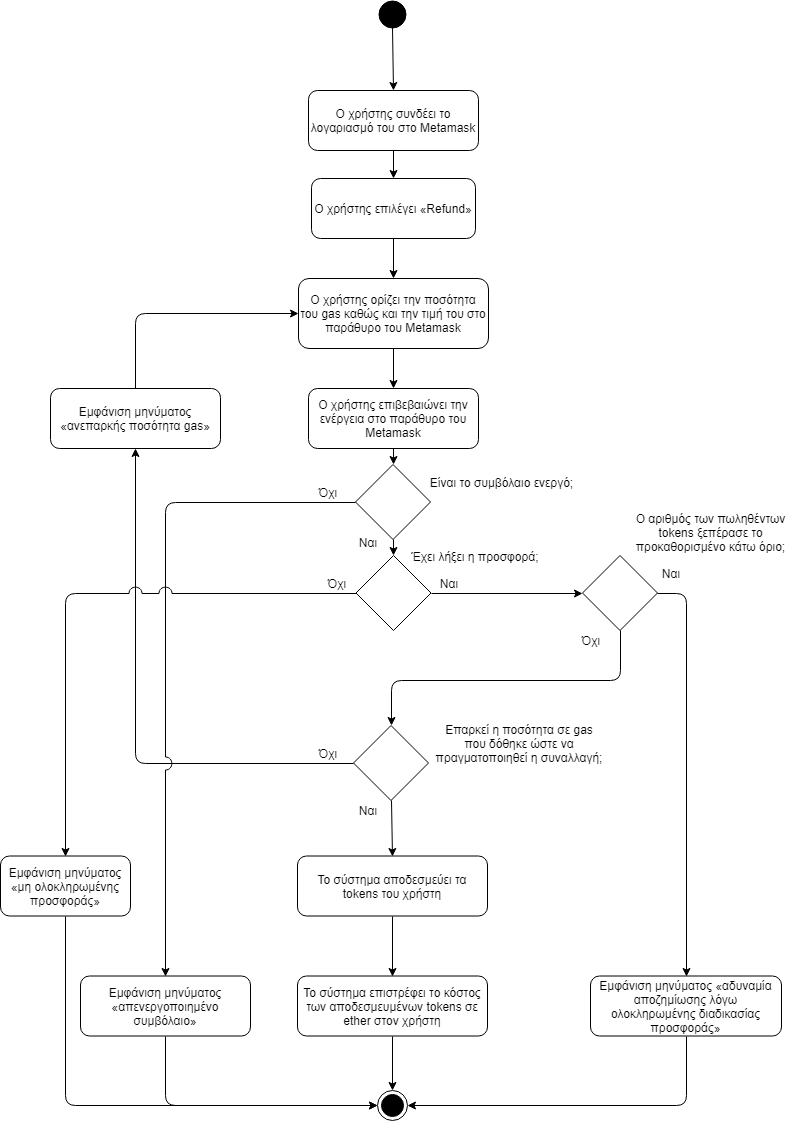
Earlier version of the draw.io export diagrams/RefundTokens/RefundTokens.png (gkamtzir/Ethereum-ICO-Diploma-Thesis). Source tidied: cells renumbered, new cells last; positions are measured from the earlier drawing's top-left corner, leaving out a move shared by most shapes.
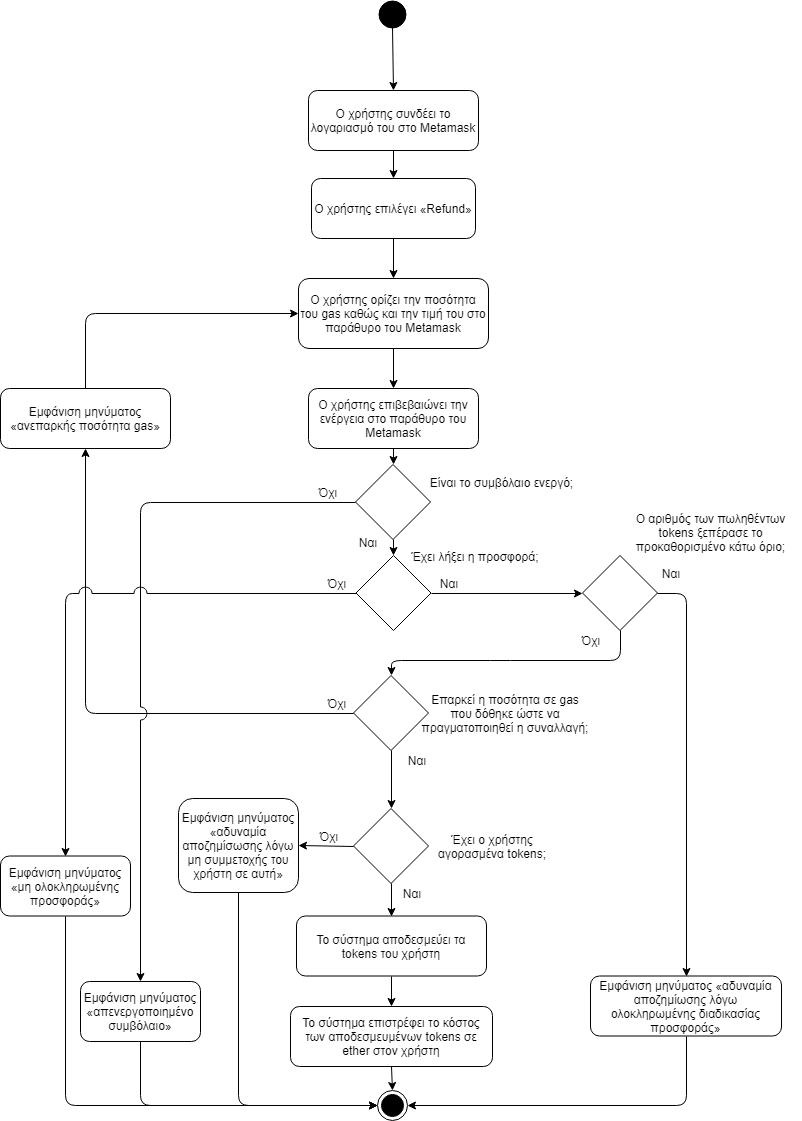
Later version of the same file.

Commit message:
Added missing decision to RefundTokens flowchart.

Diff of the diagram source:
```diff
@@ -24,25 +24,25 @@
       <mxGeometry x="428" y="572.5" width="40" height="20" as="geometry" />
     </mxCell>
     <mxCell id="9" value="Το σύστημα επιστρέφει το κόστος των αποδεσμευμένων tokens σε ether στον χρήστη" style="rounded=1;whiteSpace=wrap;html=1;fillColor=#ffffff;gradientColor=none;" parent="1" vertex="1">
-      <mxGeometry x="297" y="975.5" width="190" height="60" as="geometry" />
+      <mxGeometry x="290" y="1006" width="202" height="60" as="geometry" />
     </mxCell>
     <mxCell id="10" style="rhombus;whiteSpace=wrap;html=1;" parent="1" vertex="1">
-      <mxGeometry x="353" y="725" width="75" height="75" as="geometry" />
+      <mxGeometry x="353" y="675" width="75" height="75" as="geometry" />
     </mxCell>
     <mxCell id="11" value="Όχι" style="text;html=1;strokeColor=none;fillColor=none;align=center;verticalAlign=middle;whiteSpace=wrap;rounded=0;" parent="1" vertex="1">
-      <mxGeometry x="307" y="742.5" width="40" height="20" as="geometry" />
+      <mxGeometry x="315.5" y="692.5" width="40" height="20" as="geometry" />
     </mxCell>
     <mxCell id="12" value="Ο χρήστης συνδέει το λογαριασμό του στο Metamask" style="rounded=1;whiteSpace=wrap;html=1;fillColor=#ffffff;gradientColor=none;" parent="1" vertex="1">
       <mxGeometry x="308" y="90" width="170" height="60" as="geometry" />
     </mxCell>
     <mxCell id="13" value="Ναι" style="text;html=1;strokeColor=none;fillColor=none;align=center;verticalAlign=middle;whiteSpace=wrap;rounded=0;" parent="1" vertex="1">
-      <mxGeometry x="347" y="800" width="40" height="20" as="geometry" />
+      <mxGeometry x="396" y="750" width="40" height="20" as="geometry" />
     </mxCell>
     <mxCell id="14" value="Εμφάνιση μηνύματος «ανεπαρκής ποσότητα gas»" style="rounded=1;whiteSpace=wrap;html=1;" parent="1" vertex="1">
-      <mxGeometry x="50" y="388" width="170" height="60" as="geometry" />
+      <mxGeometry y="388" width="170" height="60" as="geometry" />
     </mxCell>
     <mxCell id="15" value="Επαρκεί η ποσότητα σε gas που δόθηκε ώστε να πραγματοποιηθεί η συναλλαγή;" style="text;html=1;strokeColor=none;fillColor=none;align=center;verticalAlign=middle;whiteSpace=wrap;rounded=0;" parent="1" vertex="1">
-      <mxGeometry x="434" y="712.5" width="170" height="60" as="geometry" />
+      <mxGeometry x="420" y="682.5" width="170" height="60" as="geometry" />
     </mxCell>
     <mxCell id="16" style="endArrow=classic;html=1;exitX=0.5;exitY=1;exitDx=0;exitDy=0;entryX=0.5;entryY=0;entryDx=0;entryDy=0;" parent="1" edge="1" source="2" target="12">
       <mxGeometry relative="1" as="geometry" />
@@ -56,7 +56,7 @@
     <mxCell id="19" style="endArrow=classic;html=1;exitX=0.5;exitY=1;exitDx=0;exitDy=0;entryX=0.5;entryY=0;entryDx=0;entryDy=0;" parent="1" edge="1" source="4" target="5">
       <mxGeometry relative="1" as="geometry" />
     </mxCell>
-    <mxCell id="20" style="endArrow=classic;html=1;exitX=0.5;exitY=1;exitDx=0;exitDy=0;entryX=0.5;entryY=0;entryDx=0;entryDy=0;" parent="1" edge="1" source="10" target="24">
+    <mxCell id="20" style="endArrow=classic;html=1;exitX=0.5;exitY=1;exitDx=0;exitDy=0;entryX=0.5;entryY=0;entryDx=0;entryDy=0;" parent="1" edge="1" source="10" target="49">
       <mxGeometry relative="1" as="geometry" />
     </mxCell>
     <mxCell id="21" style="endArrow=classic;html=1;exitX=0.5;exitY=1;exitDx=0;exitDy=0;entryX=0.5;entryY=0;entryDx=0;entryDy=0;" parent="1" edge="1" source="9" target="33">
@@ -65,19 +65,19 @@
     <mxCell id="22" style="endArrow=classic;html=1;exitX=0;exitY=0.5;exitDx=0;exitDy=0;entryX=0.5;entryY=1;entryDx=0;entryDy=0;" parent="1" edge="1" source="10" target="14">
       <mxGeometry relative="1" as="geometry">
         <Array as="points">
-          <mxPoint x="135" y="763" />
+          <mxPoint x="85" y="713" />
         </Array>
       </mxGeometry>
     </mxCell>
     <mxCell id="23" style="endArrow=classic;html=1;exitX=0.5;exitY=0;exitDx=0;exitDy=0;entryX=0;entryY=0.5;entryDx=0;entryDy=0;" parent="1" edge="1" source="14" target="4">
       <mxGeometry relative="1" as="geometry">
         <Array as="points">
-          <mxPoint x="135" y="313" />
+          <mxPoint x="85" y="313" />
         </Array>
       </mxGeometry>
     </mxCell>
     <mxCell id="24" value="Το σύστημα αποδεσμεύει τα tokens του χρήστη" style="rounded=1;whiteSpace=wrap;html=1;fillColor=#ffffff;gradientColor=none;" parent="1" vertex="1">
-      <mxGeometry x="297" y="855.5" width="190" height="60" as="geometry" />
+      <mxGeometry x="296" y="915.5" width="190" height="60" as="geometry" />
     </mxCell>
     <mxCell id="25" style="endArrow=classic;html=1;exitX=0.5;exitY=1;exitDx=0;exitDy=0;entryX=0.5;entryY=0;entryDx=0;entryDy=0;" parent="1" edge="1" source="24" target="9">
       <mxGeometry relative="1" as="geometry" />
@@ -103,8 +103,9 @@
     <mxCell id="32" style="endArrow=classic;html=1;exitX=0.5;exitY=1;exitDx=0;exitDy=0;entryX=0.5;entryY=0;entryDx=0;entryDy=0;" parent="1" edge="1" source="27" target="10">
       <mxGeometry relative="1" as="geometry">
         <Array as="points">
-          <mxPoint x="620" y="680" />
-          <mxPoint x="391" y="680" />
+          <mxPoint x="620" y="660" />
+          <mxPoint x="500" y="660" />
+          <mxPoint x="391" y="660" />
         </Array>
       </mxGeometry>
     </mxCell>
@@ -127,19 +128,19 @@
       <mxGeometry x="307" y="481.5" width="40" height="20" as="geometry" />
     </mxCell>
     <mxCell id="39" value="Εμφάνιση μηνύματος «απενεργοποιημένο συμβόλαιο»" style="rounded=1;whiteSpace=wrap;html=1;" parent="1" vertex="1">
-      <mxGeometry x="80" y="975.5" width="170" height="60" as="geometry" />
+      <mxGeometry x="80" y="981" width="120" height="60" as="geometry" />
     </mxCell>
     <mxCell id="40" style="endArrow=classic;html=1;exitX=0;exitY=0.5;exitDx=0;exitDy=0;entryX=0.5;entryY=0;entryDx=0;entryDy=0;jumpStyle=arc;jumpSize=13;" parent="1" edge="1" source="34" target="39">
       <mxGeometry relative="1" as="geometry">
         <Array as="points">
-          <mxPoint x="165" y="502" />
+          <mxPoint x="140" y="502" />
         </Array>
       </mxGeometry>
     </mxCell>
     <mxCell id="41" style="endArrow=classic;html=1;exitX=0.5;exitY=1;exitDx=0;exitDy=0;entryX=0;entryY=0.5;entryDx=0;entryDy=0;" parent="1" edge="1" source="39" target="33">
       <mxGeometry relative="1" as="geometry">
         <Array as="points">
-          <mxPoint x="165" y="1105" />
+          <mxPoint x="140" y="1105" />
         </Array>
       </mxGeometry>
     </mxCell>
@@ -173,12 +174,40 @@
         </Array>
       </mxGeometry>
     </mxCell>
-    <mxCell id="48" style="endArrow=classic;html=1;exitX=0.5;exitY=1;exitDx=0;exitDy=0;entryX=0;entryY=0.5;entryDx=0;entryDy=0;" parent="1" edge="1" source="46" target="33">
+    <mxCell id="48" style="endArrow=classic;html=1;exitX=0.5;exitY=1;exitDx=0;exitDy=0;entryX=0;entryY=0.5;entryDx=0;entryDy=0;jumpStyle=none;" parent="1" edge="1" source="46" target="33">
       <mxGeometry relative="1" as="geometry">
         <Array as="points">
           <mxPoint x="65" y="1105" />
         </Array>
       </mxGeometry>
     </mxCell>
+    <mxCell id="49" style="rhombus;whiteSpace=wrap;html=1;" parent="1" vertex="1">
+      <mxGeometry x="353" y="808" width="75" height="75" as="geometry" />
+    </mxCell>
+    <mxCell id="50" style="endArrow=classic;html=1;exitX=0.5;exitY=1;exitDx=0;exitDy=0;entryX=0.5;entryY=0;entryDx=0;entryDy=0;" parent="1" edge="1" source="49" target="24">
+      <mxGeometry relative="1" as="geometry" />
+    </mxCell>
+    <mxCell id="51" value="Έχει ο χρήστης αγορασμένα tokens;" style="text;html=1;strokeColor=none;fillColor=none;align=center;verticalAlign=middle;whiteSpace=wrap;rounded=0;" parent="1" vertex="1">
+      <mxGeometry x="416" y="815.5" width="152" height="60" as="geometry" />
+    </mxCell>
+    <mxCell id="52" value="Ναι" style="text;html=1;strokeColor=none;fillColor=none;align=center;verticalAlign=middle;whiteSpace=wrap;rounded=0;" parent="1" vertex="1">
+      <mxGeometry x="391" y="883" width="40" height="20" as="geometry" />
+    </mxCell>
+    <mxCell id="53" value="Όχι" style="text;html=1;strokeColor=none;fillColor=none;align=center;verticalAlign=middle;whiteSpace=wrap;rounded=0;" parent="1" vertex="1">
+      <mxGeometry x="308" y="825.5" width="40" height="20" as="geometry" />
+    </mxCell>
+    <mxCell id="54" value="Εμφάνιση μηνύματος «αδυναμία αποζημίσωσης λόγω μη συμμετοχής του χρήστη σε αυτή»" style="rounded=1;whiteSpace=wrap;html=1;" parent="1" vertex="1">
+      <mxGeometry x="178" y="798" width="120" height="94" as="geometry" />
+    </mxCell>
+    <mxCell id="55" style="endArrow=classic;html=1;exitX=0;exitY=0.5;exitDx=0;exitDy=0;entryX=1;entryY=0.5;entryDx=0;entryDy=0;" parent="1" edge="1" source="49" target="54">
+      <mxGeometry relative="1" as="geometry" />
+    </mxCell>
+    <mxCell id="56" style="endArrow=classic;html=1;exitX=0.5;exitY=1;exitDx=0;exitDy=0;entryX=0;entryY=0.5;entryDx=0;entryDy=0;" parent="1" edge="1" source="54" target="33">
+      <mxGeometry relative="1" as="geometry">
+        <Array as="points">
+          <mxPoint x="238" y="1105" />
+        </Array>
+      </mxGeometry>
+    </mxCell>
   </root>
 </mxGraphModel>
```
